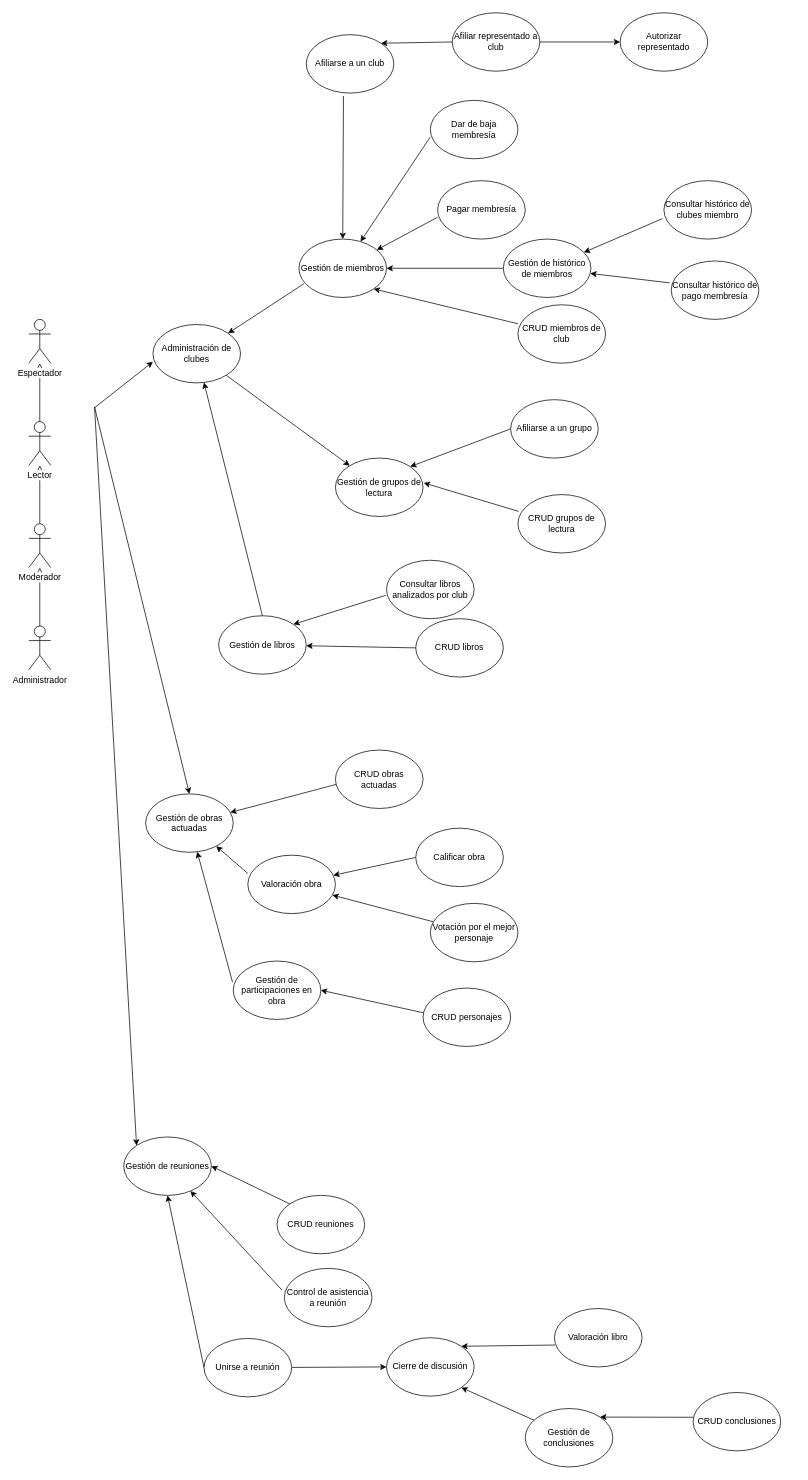
Before: DB I/RC UC II.drawio in NeutronBlast/IS-Ex, a draw.io diagram. Source tidied: cells renumbered, new cells numbered last; positions are measured from the earlier drawing's top-left corner, leaving out a move shared by most shapes. Both pictures are drawn from the tidied source at 73%, with x=0, y=0 at pixel (28, 12).
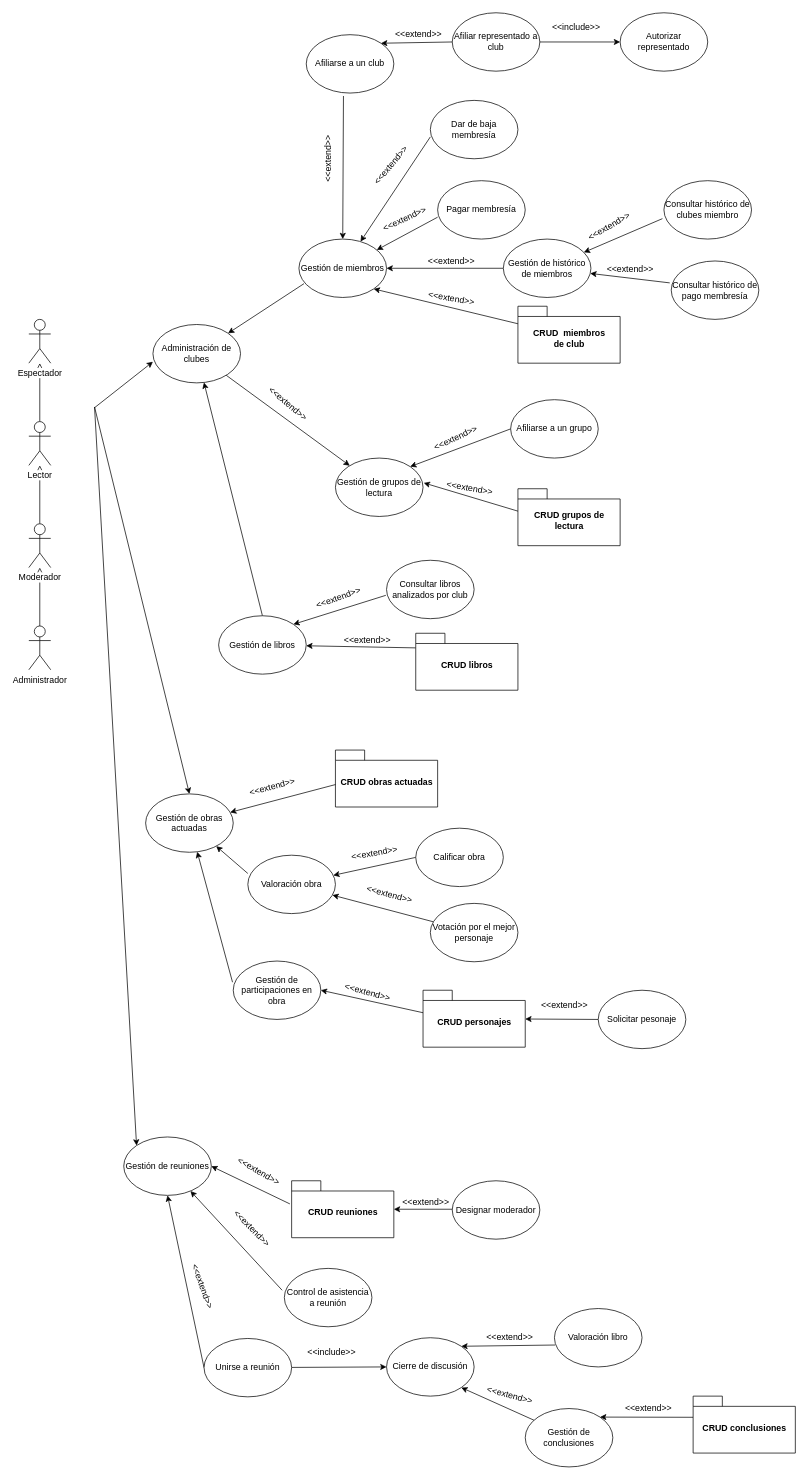
The same page after the edit.

The change refers to these unchanged cells:
```xml
<mxCell id="15" value="Gestión de grupos de lectura" style="ellipse;whiteSpace=wrap;html=1;" parent="1" vertex="1">
  <mxGeometry x="420" y="610" width="120" height="80" as="geometry" />
</mxCell>
<mxCell id="18" value="Gestión de libros" style="ellipse;whiteSpace=wrap;html=1;" parent="1" vertex="1">
  <mxGeometry x="260" y="826" width="120" height="80" as="geometry" />
</mxCell>
<mxCell id="24" value="Gestión de miembros" style="ellipse;whiteSpace=wrap;html=1;" parent="1" vertex="1">
  <mxGeometry x="370" y="310" width="120" height="80" as="geometry" />
</mxCell>
<mxCell id="31" value="Gestión de reuniones" style="ellipse;whiteSpace=wrap;html=1;" parent="1" vertex="1">
  <mxGeometry x="130" y="1540" width="120" height="80" as="geometry" />
</mxCell>
<mxCell id="35" value="Gestión de obras actuadas" style="ellipse;whiteSpace=wrap;html=1;" parent="1" vertex="1">
  <mxGeometry x="160" y="1070" width="120" height="80" as="geometry" />
</mxCell>
<mxCell id="53" value="Gestión de participaciones en obra" style="ellipse;whiteSpace=wrap;html=1;" parent="1" vertex="1">
  <mxGeometry x="280" y="1299" width="120" height="80" as="geometry" />
</mxCell>
<mxCell id="63" value="Gestión de conclusiones" style="ellipse;whiteSpace=wrap;html=1;" parent="1" vertex="1">
  <mxGeometry x="680" y="1912" width="120" height="80" as="geometry" />
</mxCell>
```

Change to the diagram source:
```diff
@@
-    <mxCell id="13" style="edgeStyle=none;rounded=0;jettySize=auto;html=1;exitX=1.008;exitY=0.425;exitDx=0;exitDy=0;startArrow=classic;startFill=1;endArrow=none;endFill=0;entryX=0.008;entryY=0.288;entryDx=0;entryDy=0;entryPerimeter=0;exitPerimeter=0;" parent="1" edge="1" source="15" target="41">
-      <mxGeometry relative="1" as="geometry" />
+    <mxCell id="13" style="edgeStyle=none;rounded=0;jettySize=auto;html=1;exitX=1.008;exitY=0.425;exitDx=0;exitDy=0;startArrow=classic;startFill=1;endArrow=none;endFill=0;entryX=0.008;entryY=0.288;entryDx=0;entryDy=0;entryPerimeter=0;exitPerimeter=0;" parent="1" edge="1" source="15">
+      <mxGeometry relative="1" as="geometry">
+        <mxPoint x="671" y="683" as="targetPoint" />
+      </mxGeometry>
     </mxCell>
@@
-    <mxCell id="16" style="edgeStyle=none;rounded=0;jettySize=auto;html=1;startArrow=classic;startFill=1;endArrow=none;endFill=0;entryX=0;entryY=0.5;entryDx=0;entryDy=0;" parent="1" edge="1" source="18" target="45">
-      <mxGeometry relative="1" as="geometry" />
+    <mxCell id="16" style="edgeStyle=none;rounded=0;jettySize=auto;html=1;startArrow=classic;startFill=1;endArrow=none;endFill=0;entryX=0;entryY=0.5;entryDx=0;entryDy=0;" parent="1" edge="1" source="18">
+      <mxGeometry relative="1" as="geometry">
+        <mxPoint x="530" y="870" as="targetPoint" />
+      </mxGeometry>
     </mxCell>
@@
-    <mxCell id="22" style="edgeStyle=none;rounded=0;jettySize=auto;html=1;exitX=1;exitY=1;exitDx=0;exitDy=0;startArrow=classic;startFill=1;endArrow=none;endFill=0;entryX=0;entryY=0.325;entryDx=0;entryDy=0;entryPerimeter=0;" parent="1" edge="1" source="24" target="40">
-      <mxGeometry relative="1" as="geometry" />
+    <mxCell id="22" style="edgeStyle=none;rounded=0;jettySize=auto;html=1;exitX=1;exitY=1;exitDx=0;exitDy=0;startArrow=classic;startFill=1;endArrow=none;endFill=0;entryX=0;entryY=0.325;entryDx=0;entryDy=0;entryPerimeter=0;" parent="1" edge="1" source="24">
+      <mxGeometry relative="1" as="geometry">
+        <mxPoint x="670" y="426" as="targetPoint" />
+      </mxGeometry>
     </mxCell>
@@
-    <mxCell id="30" style="edgeStyle=none;rounded=0;jettySize=auto;html=1;exitX=1;exitY=0.5;exitDx=0;exitDy=0;entryX=0;entryY=0;entryDx=0;entryDy=0;startArrow=classic;startFill=1;endArrow=none;endFill=0;" parent="1" edge="1" source="31" target="55">
-      <mxGeometry relative="1" as="geometry" />
+    <mxCell id="30" style="edgeStyle=none;rounded=0;jettySize=auto;html=1;exitX=1;exitY=0.5;exitDx=0;exitDy=0;entryX=0;entryY=0;entryDx=0;entryDy=0;startArrow=classic;startFill=1;endArrow=none;endFill=0;" parent="1" edge="1" source="31">
+      <mxGeometry relative="1" as="geometry">
+        <mxPoint x="357.6" y="1631.7" as="targetPoint" />
+      </mxGeometry>
     </mxCell>
@@
-    <mxCell id="32" style="edgeStyle=none;rounded=0;jettySize=auto;html=1;startArrow=classic;startFill=1;endArrow=none;endFill=0;entryX=0.008;entryY=0.588;entryDx=0;entryDy=0;entryPerimeter=0;" parent="1" edge="1" source="35" target="46">
-      <mxGeometry relative="1" as="geometry" />
+    <mxCell id="32" style="edgeStyle=none;rounded=0;jettySize=auto;html=1;startArrow=classic;startFill=1;endArrow=none;endFill=0;entryX=0.008;entryY=0.588;entryDx=0;entryDy=0;entryPerimeter=0;" parent="1" edge="1" source="35">
+      <mxGeometry relative="1" as="geometry">
+        <mxPoint x="421" y="1057" as="targetPoint" />
+      </mxGeometry>
     </mxCell>
@@
-    <mxCell id="40" value="CRUD miembros de club" style="ellipse;whiteSpace=wrap;html=1;" parent="1" vertex="1">
-      <mxGeometry x="670" y="400" width="120" height="80" as="geometry" />
-    </mxCell>
-    <mxCell id="41" value="CRUD grupos de lectura" style="ellipse;whiteSpace=wrap;html=1;" parent="1" vertex="1">
-      <mxGeometry x="670" y="660" width="120" height="80" as="geometry" />
-    </mxCell>
@@
-    <mxCell id="45" value="CRUD libros" style="ellipse;whiteSpace=wrap;html=1;" parent="1" vertex="1">
-      <mxGeometry x="530" y="830" width="120" height="80" as="geometry" />
-    </mxCell>
-    <mxCell id="46" value="CRUD obras actuadas" style="ellipse;whiteSpace=wrap;html=1;" parent="1" vertex="1">
-      <mxGeometry x="420" y="1010" width="120" height="80" as="geometry" />
-    </mxCell>
@@
-    <mxCell id="52" style="edgeStyle=none;rounded=0;jettySize=auto;html=1;exitX=1;exitY=0.5;exitDx=0;exitDy=0;startArrow=classic;startFill=1;endArrow=none;endFill=0;entryX=0.008;entryY=0.425;entryDx=0;entryDy=0;entryPerimeter=0;" parent="1" edge="1" source="53" target="54">
-      <mxGeometry relative="1" as="geometry" />
+    <mxCell id="52" style="edgeStyle=none;rounded=0;jettySize=auto;html=1;exitX=1;exitY=0.5;exitDx=0;exitDy=0;startArrow=classic;startFill=1;endArrow=none;endFill=0;entryX=0.008;entryY=0.425;entryDx=0;entryDy=0;entryPerimeter=0;" parent="1" edge="1" source="53">
+      <mxGeometry relative="1" as="geometry">
+        <mxPoint x="541" y="1370" as="targetPoint" />
+      </mxGeometry>
     </mxCell>
@@
-    <mxCell id="54" value="CRUD personajes" style="ellipse;whiteSpace=wrap;html=1;" parent="1" vertex="1">
-      <mxGeometry x="540" y="1336" width="120" height="80" as="geometry" />
-    </mxCell>
-    <mxCell id="55" value="CRUD reuniones" style="ellipse;whiteSpace=wrap;html=1;" parent="1" vertex="1">
-      <mxGeometry x="340" y="1620" width="120" height="80" as="geometry" />
-    </mxCell>
@@
-    <mxCell id="62" style="edgeStyle=none;rounded=0;jettySize=auto;html=1;exitX=1;exitY=0;exitDx=0;exitDy=0;startArrow=classic;startFill=1;endArrow=none;endFill=0;entryX=0;entryY=0.425;entryDx=0;entryDy=0;entryPerimeter=0;" parent="1" edge="1" source="63" target="65">
-      <mxGeometry relative="1" as="geometry" />
+    <mxCell id="62" style="edgeStyle=none;rounded=0;jettySize=auto;html=1;exitX=1;exitY=0;exitDx=0;exitDy=0;startArrow=classic;startFill=1;endArrow=none;endFill=0;entryX=0;entryY=0.425;entryDx=0;entryDy=0;entryPerimeter=0;" parent="1" edge="1" source="63">
+      <mxGeometry relative="1" as="geometry">
+        <mxPoint x="910" y="1924" as="targetPoint" />
+      </mxGeometry>
     </mxCell>
@@
-    <mxCell id="65" value="CRUD conclusiones" style="ellipse;whiteSpace=wrap;html=1;" parent="1" vertex="1">
-      <mxGeometry x="910" y="1890" width="120" height="80" as="geometry" />
-    </mxCell>
@@
+    <mxCell id="40" value="CRUD&amp;nbsp; miembros &lt;br&gt;de club" style="shape=folder;fontStyle=1;spacingTop=10;tabWidth=40;tabHeight=14;tabPosition=left;html=1;" parent="1" vertex="1">
+      <mxGeometry x="670" y="402" width="140" height="78" as="geometry" />
+    </mxCell>
+    <mxCell id="41" value="CRUD grupos de&lt;br&gt;lectura" style="shape=folder;fontStyle=1;spacingTop=10;tabWidth=40;tabHeight=14;tabPosition=left;html=1;" parent="1" vertex="1">
+      <mxGeometry x="670" y="652" width="140" height="78" as="geometry" />
+    </mxCell>
+    <mxCell id="45" value="CRUD libros" style="shape=folder;fontStyle=1;spacingTop=10;tabWidth=40;tabHeight=14;tabPosition=left;html=1;" parent="1" vertex="1">
+      <mxGeometry x="530" y="850" width="140" height="78" as="geometry" />
+    </mxCell>
+    <mxCell id="46" value="CRUD obras actuadas" style="shape=folder;fontStyle=1;spacingTop=10;tabWidth=40;tabHeight=14;tabPosition=left;html=1;" parent="1" vertex="1">
+      <mxGeometry x="420" y="1010" width="140" height="78" as="geometry" />
+    </mxCell>
+    <mxCell id="73" style="edgeStyle=none;rounded=0;jettySize=auto;html=1;startArrow=classic;startFill=1;endArrow=none;endFill=0;entryX=0;entryY=0.5;entryDx=0;entryDy=0;" parent="1" edge="1" source="54" target="102">
+      <mxGeometry relative="1" as="geometry" />
+    </mxCell>
+    <mxCell id="54" value="CRUD personajes" style="shape=folder;fontStyle=1;spacingTop=10;tabWidth=40;tabHeight=14;tabPosition=left;html=1;" parent="1" vertex="1">
+      <mxGeometry x="540" y="1339" width="140" height="78" as="geometry" />
+    </mxCell>
+    <mxCell id="74" style="edgeStyle=orthogonalEdgeStyle;rounded=0;jettySize=auto;html=1;startArrow=classic;startFill=1;endArrow=none;endFill=0;" parent="1" edge="1" source="55">
+      <mxGeometry relative="1" as="geometry">
+        <mxPoint x="580" y="1639" as="targetPoint" />
+      </mxGeometry>
+    </mxCell>
+    <mxCell id="55" value="CRUD reuniones" style="shape=folder;fontStyle=1;spacingTop=10;tabWidth=40;tabHeight=14;tabPosition=left;html=1;" parent="1" vertex="1">
+      <mxGeometry x="360" y="1600" width="140" height="78" as="geometry" />
+    </mxCell>
+    <mxCell id="65" value="CRUD conclusiones" style="shape=folder;fontStyle=1;spacingTop=10;tabWidth=40;tabHeight=14;tabPosition=left;html=1;" parent="1" vertex="1">
+      <mxGeometry x="910" y="1895" width="140" height="78" as="geometry" />
+    </mxCell>
+    <mxCell id="75" value="Designar moderador" style="ellipse;whiteSpace=wrap;html=1;" parent="1" vertex="1">
+      <mxGeometry x="580" y="1600" width="120" height="80" as="geometry" />
+    </mxCell>
+    <mxCell id="76" value="&amp;lt;&amp;lt;extend&amp;gt;&amp;gt;" style="text;html=1;align=left;verticalAlign=top;spacingTop=-4;" parent="1" vertex="1">
+      <mxGeometry x="510" y="1619" width="80" height="20" as="geometry" />
+    </mxCell>
+    <mxCell id="77" value="&amp;lt;&amp;lt;extend&amp;gt;&amp;gt;" style="text;html=1;align=left;verticalAlign=top;spacingTop=-4;" parent="1" vertex="1">
+      <mxGeometry x="625" y="1805" width="80" height="20" as="geometry" />
+    </mxCell>
+    <mxCell id="78" value="&amp;lt;&amp;lt;extend&amp;gt;&amp;gt;" style="text;html=1;align=left;verticalAlign=top;spacingTop=-4;rotation=45;" parent="1" vertex="1">
+      <mxGeometry x="270" y="1660" width="80" height="20" as="geometry" />
+    </mxCell>
+    <mxCell id="79" value="&amp;lt;&amp;lt;include&amp;gt;&amp;gt;" style="text;html=1;align=left;verticalAlign=top;spacingTop=-4;" parent="1" vertex="1">
+      <mxGeometry x="380" y="1825" width="80" height="20" as="geometry" />
+    </mxCell>
+    <mxCell id="80" value="&amp;lt;&amp;lt;extend&amp;gt;&amp;gt;" style="text;html=1;align=left;verticalAlign=top;spacingTop=-4;rotation=70;" parent="1" vertex="1">
+      <mxGeometry x="200" y="1740" width="80" height="20" as="geometry" />
+    </mxCell>
+    <mxCell id="81" value="&amp;lt;&amp;lt;extend&amp;gt;&amp;gt;" style="text;html=1;align=left;verticalAlign=top;spacingTop=-4;rotation=15;" parent="1" vertex="1">
+      <mxGeometry x="625" y="1886" width="80" height="20" as="geometry" />
+    </mxCell>
+    <mxCell id="82" value="&amp;lt;&amp;lt;extend&amp;gt;&amp;gt;" style="text;html=1;align=left;verticalAlign=top;spacingTop=-4;" parent="1" vertex="1">
+      <mxGeometry x="815" y="1902" width="80" height="20" as="geometry" />
+    </mxCell>
+    <mxCell id="83" value="&amp;lt;&amp;lt;extend&amp;gt;&amp;gt;" style="text;html=1;align=left;verticalAlign=top;spacingTop=-4;rotation=30;" parent="1" vertex="1">
+      <mxGeometry x="280" y="1580" width="80" height="20" as="geometry" />
+    </mxCell>
+    <mxCell id="84" value="&amp;lt;&amp;lt;extend&amp;gt;&amp;gt;" style="text;html=1;align=left;verticalAlign=top;spacingTop=-4;rotation=15;" parent="1" vertex="1">
+      <mxGeometry x="430" y="1334" width="80" height="20" as="geometry" />
+    </mxCell>
+    <mxCell id="85" value="&amp;lt;&amp;lt;extend&amp;gt;&amp;gt;" style="text;html=1;align=left;verticalAlign=top;spacingTop=-4;rotation=15;" parent="1" vertex="1">
+      <mxGeometry x="460" y="1200" width="80" height="20" as="geometry" />
+    </mxCell>
+    <mxCell id="86" value="&amp;lt;&amp;lt;extend&amp;gt;&amp;gt;" style="text;html=1;align=left;verticalAlign=top;spacingTop=-4;rotation=-10;" parent="1" vertex="1">
+      <mxGeometry x="440" y="1140" width="80" height="20" as="geometry" />
+    </mxCell>
+    <mxCell id="87" value="&amp;lt;&amp;lt;extend&amp;gt;&amp;gt;" style="text;html=1;align=left;verticalAlign=top;spacingTop=-4;rotation=-15;" parent="1" vertex="1">
+      <mxGeometry x="300" y="1049" width="80" height="20" as="geometry" />
+    </mxCell>
+    <mxCell id="88" value="&amp;lt;&amp;lt;extend&amp;gt;&amp;gt;" style="text;html=1;align=left;verticalAlign=top;spacingTop=-4;rotation=0;" parent="1" vertex="1">
+      <mxGeometry x="430" y="850" width="80" height="20" as="geometry" />
+    </mxCell>
+    <mxCell id="89" value="&amp;lt;&amp;lt;extend&amp;gt;&amp;gt;" style="text;html=1;align=left;verticalAlign=top;spacingTop=-4;rotation=-20;" parent="1" vertex="1">
+      <mxGeometry x="390" y="790" width="80" height="20" as="geometry" />
+    </mxCell>
+    <mxCell id="90" value="&amp;lt;&amp;lt;extend&amp;gt;&amp;gt;" style="text;html=1;align=left;verticalAlign=top;spacingTop=-4;rotation=10;" parent="1" vertex="1">
+      <mxGeometry x="570" y="642" width="80" height="20" as="geometry" />
+    </mxCell>
+    <mxCell id="91" value="&amp;lt;&amp;lt;extend&amp;gt;&amp;gt;" style="text;html=1;align=left;verticalAlign=top;spacingTop=-4;rotation=-25;" parent="1" vertex="1">
+      <mxGeometry x="550" y="570" width="80" height="20" as="geometry" />
+    </mxCell>
+    <mxCell id="92" value="&amp;lt;&amp;lt;extend&amp;gt;&amp;gt;" style="text;html=1;align=left;verticalAlign=top;spacingTop=-4;rotation=40;" parent="1" vertex="1">
+      <mxGeometry x="320" y="530" width="80" height="20" as="geometry" />
+    </mxCell>
+    <mxCell id="93" value="&amp;lt;&amp;lt;extend&amp;gt;&amp;gt;" style="text;html=1;align=left;verticalAlign=top;spacingTop=-4;rotation=10;" parent="1" vertex="1">
+      <mxGeometry x="545" y="382" width="80" height="20" as="geometry" />
+    </mxCell>
+    <mxCell id="94" value="&amp;lt;&amp;lt;extend&amp;gt;&amp;gt;" style="text;html=1;align=left;verticalAlign=top;spacingTop=-4;rotation=0;" parent="1" vertex="1">
+      <mxGeometry x="545" y="330" width="80" height="20" as="geometry" />
+    </mxCell>
+    <mxCell id="95" value="&amp;lt;&amp;lt;extend&amp;gt;&amp;gt;" style="text;html=1;align=left;verticalAlign=top;spacingTop=-4;rotation=-30;" parent="1" vertex="1">
+      <mxGeometry x="760" y="280" width="80" height="20" as="geometry" />
+    </mxCell>
+    <mxCell id="96" value="&amp;lt;&amp;lt;extend&amp;gt;&amp;gt;" style="text;html=1;align=left;verticalAlign=top;spacingTop=-4;rotation=0;" parent="1" vertex="1">
+      <mxGeometry x="790" y="341" width="80" height="20" as="geometry" />
+    </mxCell>
+    <mxCell id="97" value="&amp;lt;&amp;lt;extend&amp;gt;&amp;gt;" style="text;html=1;align=left;verticalAlign=top;spacingTop=-4;rotation=-25;" parent="1" vertex="1">
+      <mxGeometry x="480" y="270" width="80" height="20" as="geometry" />
+    </mxCell>
+    <mxCell id="98" value="&amp;lt;&amp;lt;extend&amp;gt;&amp;gt;" style="text;html=1;align=left;verticalAlign=top;spacingTop=-4;rotation=-50;" parent="1" vertex="1">
+      <mxGeometry x="460" y="194" width="80" height="20" as="geometry" />
+    </mxCell>
+    <mxCell id="99" value="&amp;lt;&amp;lt;extend&amp;gt;&amp;gt;" style="text;html=1;align=left;verticalAlign=top;spacingTop=-4;rotation=-90;" parent="1" vertex="1">
+      <mxGeometry x="370" y="184" width="80" height="20" as="geometry" />
+    </mxCell>
+    <mxCell id="100" value="&amp;lt;&amp;lt;extend&amp;gt;&amp;gt;" style="text;html=1;align=left;verticalAlign=top;spacingTop=-4;rotation=0;" parent="1" vertex="1">
+      <mxGeometry x="500" y="20" width="80" height="20" as="geometry" />
+    </mxCell>
+    <mxCell id="101" value="&amp;lt;&amp;lt;include&amp;gt;&amp;gt;" style="text;html=1;align=left;verticalAlign=top;spacingTop=-4;rotation=0;" parent="1" vertex="1">
+      <mxGeometry x="715" y="10" width="80" height="20" as="geometry" />
+    </mxCell>
+    <mxCell id="102" value="Solicitar pesonaje" style="ellipse;whiteSpace=wrap;html=1;" parent="1" vertex="1">
+      <mxGeometry x="780" y="1339" width="120" height="80" as="geometry" />
+    </mxCell>
+    <mxCell id="103" value="&amp;lt;&amp;lt;extend&amp;gt;&amp;gt;" style="text;html=1;align=left;verticalAlign=top;spacingTop=-4;rotation=0;" parent="1" vertex="1">
+      <mxGeometry x="700" y="1350" width="80" height="20" as="geometry" />
+    </mxCell>
```
